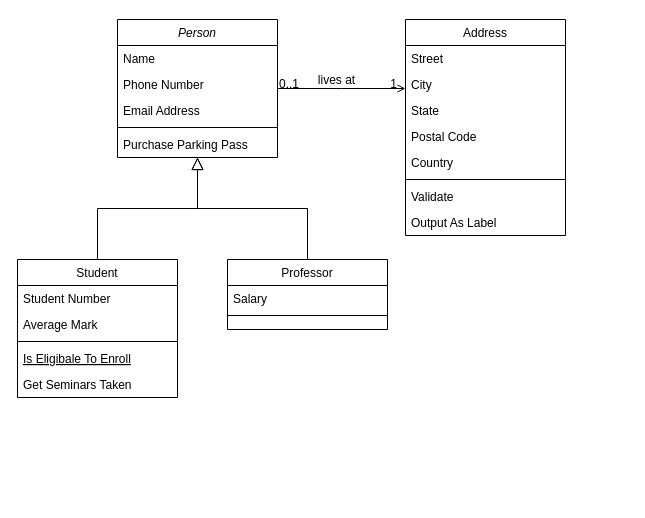
Before: drawio/Untitled Diagram.drawio in zzu-andrew/linux_unix, a draw.io diagram. Source tidied: cells renumbered, new cells numbered last; positions are measured from the earlier drawing's top-left corner, leaving out a move shared by most shapes. Both pictures are drawn from the tidied source at 100%, with x=0, y=0 at pixel (17, 19).
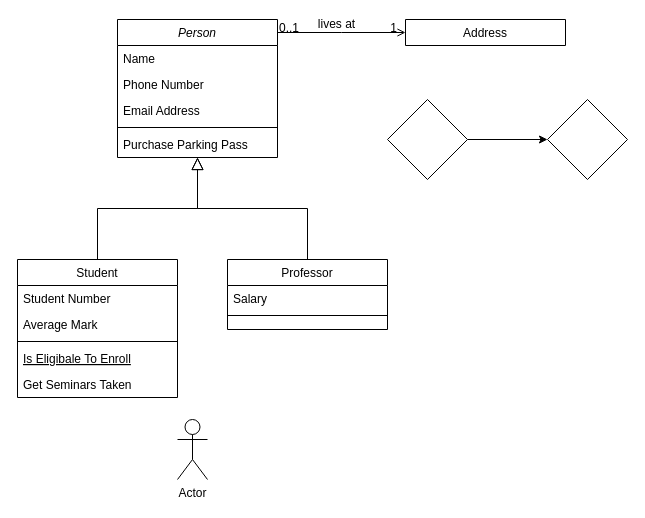
After the change.

What changed in the source:
```diff
@@
-    <mxCell id="19" value="Address" style="swimlane;fontStyle=0;align=center;verticalAlign=top;horizontal=1;startSize=26;rounded=0;shadow=0;strokeWidth=1;" parent="1" vertex="1">
-      <mxGeometry x="388" width="160" height="216" as="geometry" />
+    <mxCell id="19" value="Address" style="swimlane;fontStyle=0;align=center;verticalAlign=top;horizontal=1;startSize=26;rounded=0;shadow=0;strokeWidth=1;" parent="1" vertex="1" collapsed="1">
+      <mxGeometry x="388" width="160" height="26" as="geometry" />
     </mxCell>
-    <mxCell id="20" value="Street" style="text;align=left;verticalAlign=top;spacingLeft=4;spacingRight=4;overflow=hidden;" parent="19" vertex="1">
-      <mxGeometry y="26" width="160" height="26" as="geometry" />
-    </mxCell>
-    <mxCell id="21" value="City" style="text;align=left;verticalAlign=top;spacingLeft=4;spacingRight=4;overflow=hidden;rounded=0;shadow=0;html=0;" parent="19" vertex="1">
-      <mxGeometry y="52" width="160" height="26" as="geometry" />
-    </mxCell>
-    <mxCell id="22" value="State" style="text;align=left;verticalAlign=top;spacingLeft=4;spacingRight=4;overflow=hidden;rounded=0;shadow=0;html=0;" parent="19" vertex="1">
-      <mxGeometry y="78" width="160" height="26" as="geometry" />
-    </mxCell>
-    <mxCell id="23" value="Postal Code" style="text;align=left;verticalAlign=top;spacingLeft=4;spacingRight=4;overflow=hidden;rounded=0;shadow=0;html=0;" parent="19" vertex="1">
-      <mxGeometry y="104" width="160" height="26" as="geometry" />
-    </mxCell>
-    <mxCell id="24" value="Country" style="text;align=left;verticalAlign=top;spacingLeft=4;spacingRight=4;overflow=hidden;rounded=0;shadow=0;html=0;" parent="19" vertex="1">
-      <mxGeometry y="130" width="160" height="26" as="geometry" />
-    </mxCell>
-    <mxCell id="25" style="line;html=1;strokeWidth=1;align=left;verticalAlign=middle;spacingTop=-1;spacingLeft=3;spacingRight=3;labelPosition=right;" parent="19" vertex="1">
-      <mxGeometry y="156" width="160" height="8" as="geometry" />
-    </mxCell>
-    <mxCell id="26" value="Validate" style="text;align=left;verticalAlign=top;spacingLeft=4;spacingRight=4;overflow=hidden;" parent="19" vertex="1">
-      <mxGeometry y="164" width="160" height="26" as="geometry" />
-    </mxCell>
-    <mxCell id="27" value="Output As Label" style="text;align=left;verticalAlign=top;spacingLeft=4;spacingRight=4;overflow=hidden;" parent="19" vertex="1">
-      <mxGeometry y="190" width="160" height="26" as="geometry" />
-    </mxCell>
@@
+    <mxCell id="32" style="edgeStyle=orthogonalEdgeStyle;rounded=0;jettySize=auto;html=1;" parent="1" edge="1" source="33" target="34">
+      <mxGeometry relative="1" as="geometry" />
+    </mxCell>
+    <mxCell id="33" style="rhombus;whiteSpace=wrap;html=1;" parent="1" vertex="1">
+      <mxGeometry x="370" y="80" width="80" height="80" as="geometry" />
+    </mxCell>
+    <mxCell id="34" style="rhombus;whiteSpace=wrap;html=1;" parent="1" vertex="1">
+      <mxGeometry x="530" y="80" width="80" height="80" as="geometry" />
+    </mxCell>
+    <mxCell id="35" value="Actor" style="shape=umlActor;verticalLabelPosition=bottom;verticalAlign=top;html=1;" parent="1" vertex="1">
+      <mxGeometry x="160" y="400" width="30" height="60" as="geometry" />
+    </mxCell>
```
